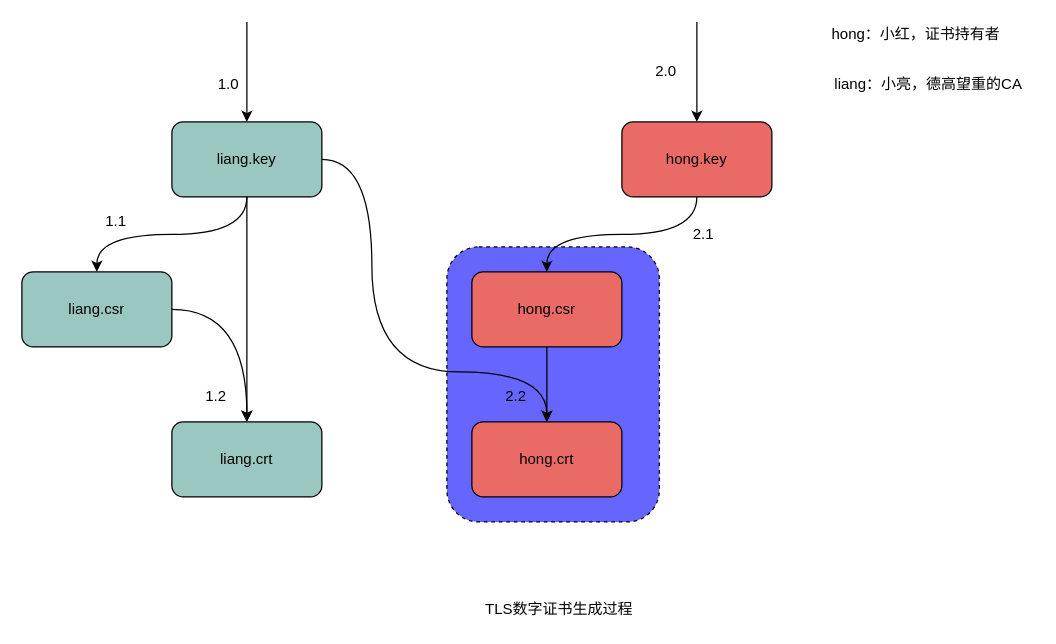
Before: src/tls.drawio in ab-doc/draw.io, a draw.io diagram. Source tidied: cells renumbered, new cells numbered last; positions are measured from the earlier drawing's top-left corner, leaving out a move shared by most shapes. Both pictures are drawn from the tidied source at 125%, with x=0, y=0 at pixel (21, 21).
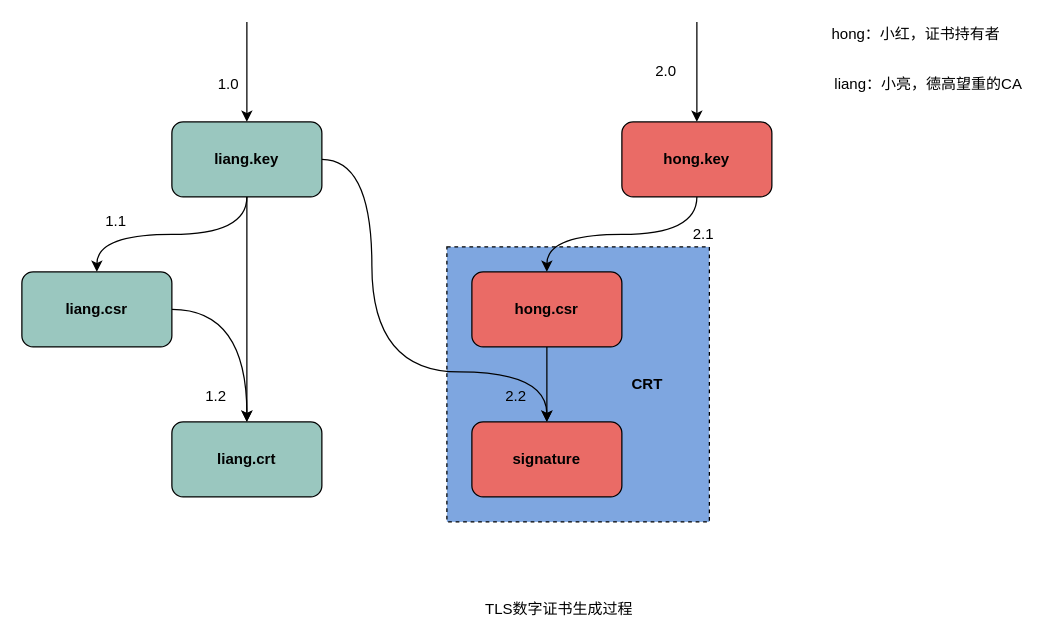
The same page after the edit.

Diff of the diagram source:
```diff
@@
-    <mxCell id="2" style="rounded=1;whiteSpace=wrap;html=1;fillColor=#6666FF;dashed=1;" parent="1" vertex="1">
-      <mxGeometry x="340" y="180" width="170" height="220" as="geometry" />
+    <mxCell id="2" style="rounded=0;whiteSpace=wrap;html=1;fillColor=#7EA6E0;dashed=1;" parent="1" vertex="1">
+      <mxGeometry x="340" y="180" width="210" height="220" as="geometry" />
     </mxCell>
@@
-    <mxCell id="7" value="liang.key" style="rounded=1;whiteSpace=wrap;html=1;fillColor=#9AC7BF;" parent="1" vertex="1">
+    <mxCell id="7" value="&lt;b&gt;liang.key&lt;/b&gt;" style="rounded=1;whiteSpace=wrap;html=1;fillColor=#9AC7BF;" parent="1" vertex="1">
       <mxGeometry x="120" y="80" width="120" height="60" as="geometry" />
     </mxCell>
-    <mxCell id="8" value="liang.crt" style="rounded=1;whiteSpace=wrap;html=1;fillColor=#9AC7BF;" parent="1" vertex="1">
+    <mxCell id="8" value="&lt;b&gt;liang.crt&lt;/b&gt;" style="rounded=1;whiteSpace=wrap;html=1;fillColor=#9AC7BF;" parent="1" vertex="1">
       <mxGeometry x="120" y="320" width="120" height="60" as="geometry" />
     </mxCell>
@@
-    <mxCell id="10" value="liang.csr" style="rounded=1;whiteSpace=wrap;html=1;fillColor=#9AC7BF;" parent="1" vertex="1">
+    <mxCell id="10" value="&lt;b&gt;liang.csr&lt;/b&gt;" style="rounded=1;whiteSpace=wrap;html=1;fillColor=#9AC7BF;" parent="1" vertex="1">
       <mxGeometry y="200" width="120" height="60" as="geometry" />
     </mxCell>
@@
-    <mxCell id="13" value="hong.key" style="rounded=1;whiteSpace=wrap;html=1;fillColor=#EA6B66;" parent="1" vertex="1">
+    <mxCell id="13" value="&lt;b&gt;hong.key&lt;/b&gt;" style="rounded=1;whiteSpace=wrap;html=1;fillColor=#EA6B66;" parent="1" vertex="1">
       <mxGeometry x="480" y="80" width="120" height="60" as="geometry" />
     </mxCell>
@@
-    <mxCell id="15" value="hong.csr" style="rounded=1;whiteSpace=wrap;html=1;fillColor=#EA6B66;" parent="1" vertex="1">
+    <mxCell id="15" value="&lt;b&gt;hong.csr&lt;/b&gt;" style="rounded=1;whiteSpace=wrap;html=1;fillColor=#EA6B66;" parent="1" vertex="1">
       <mxGeometry x="360" y="200" width="120" height="60" as="geometry" />
     </mxCell>
-    <mxCell id="16" value="hong.crt" style="rounded=1;whiteSpace=wrap;html=1;fillColor=#EA6B66;" parent="1" vertex="1">
+    <mxCell id="16" value="&lt;b&gt;signature&lt;/b&gt;" style="rounded=1;whiteSpace=wrap;html=1;fillColor=#EA6B66;" parent="1" vertex="1">
       <mxGeometry x="360" y="320" width="120" height="60" as="geometry" />
     </mxCell>
@@
+    <mxCell id="26" value="CRT" style="text;html=1;align=center;verticalAlign=middle;fontStyle=1;" parent="1" vertex="1">
+      <mxGeometry x="480" y="280" width="40" height="20" as="geometry" />
+    </mxCell>
```
